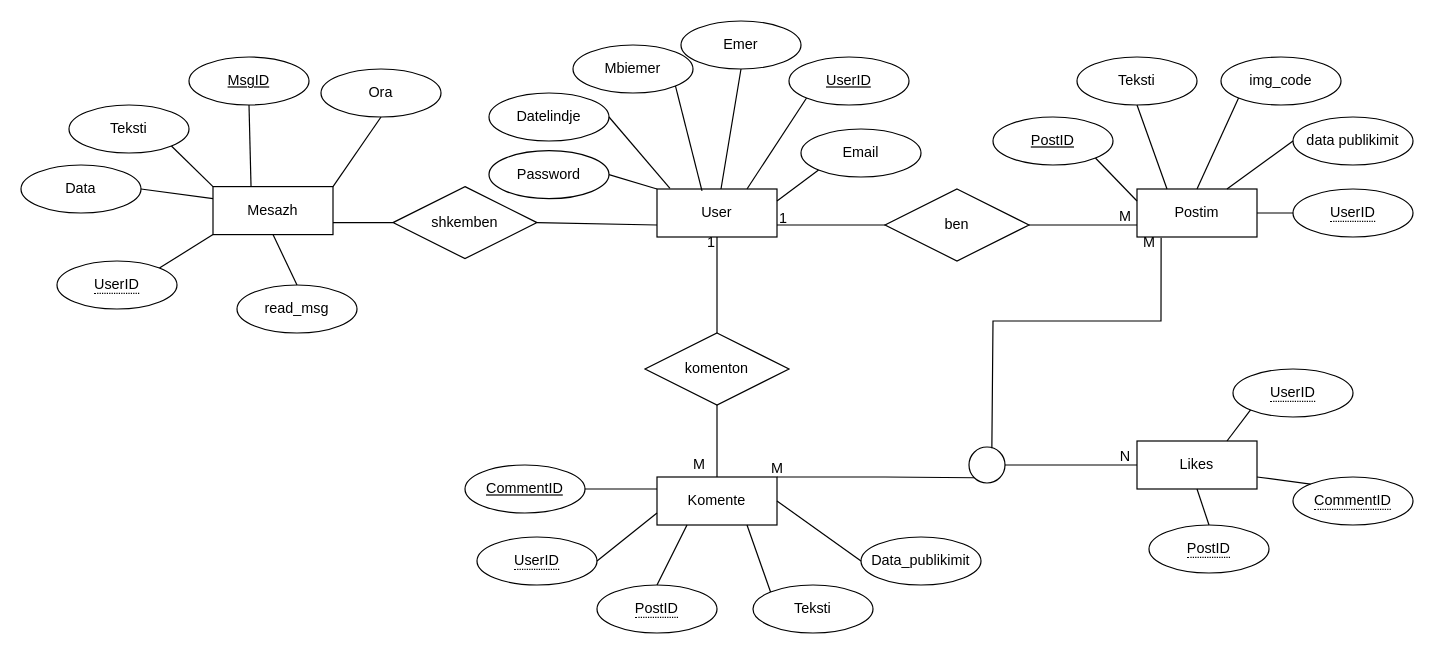
Above: Facebook ERD.drawio in AjnaNushi/drawio (draw.io), before the change. Source tidied: cells renumbered, new cells numbered last; positions are measured from the earlier drawing's top-left corner, leaving out a move shared by most shapes. Both pictures are drawn from the tidied source at 120%, with x=0, y=0 at pixel (20, 20).
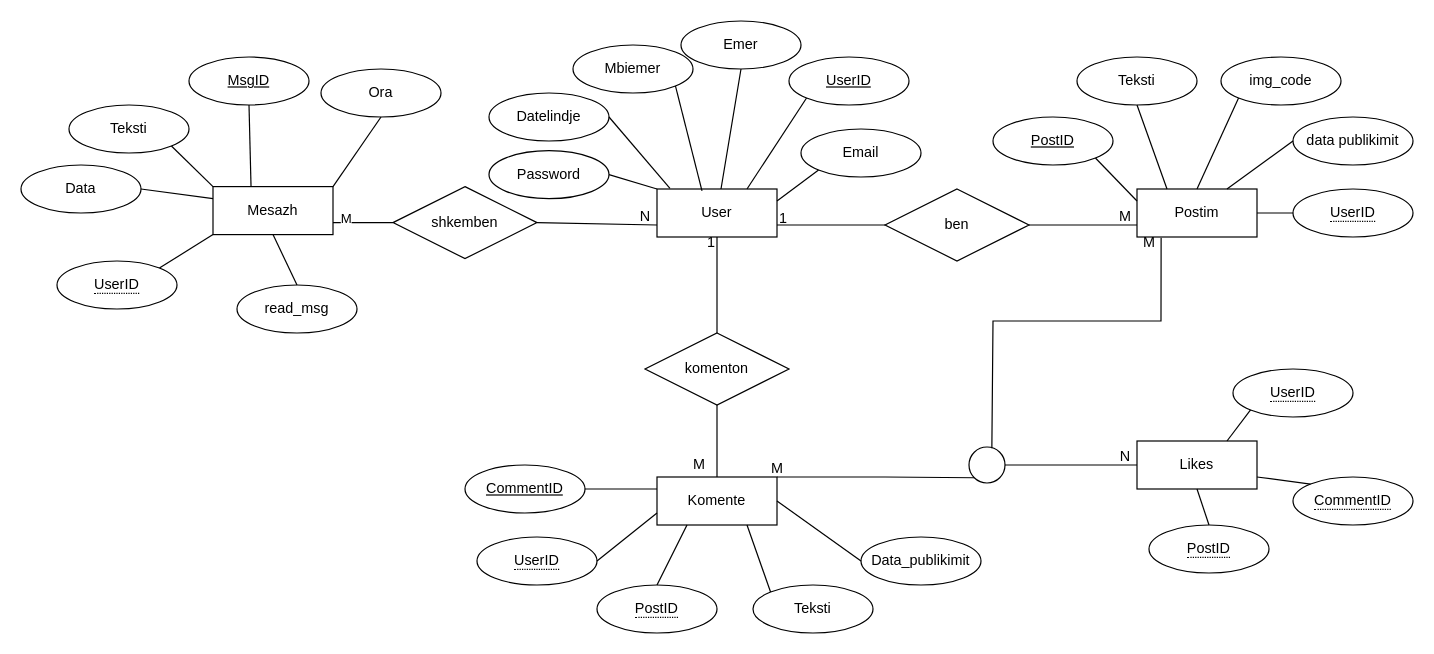
Above is the later version.

The change refers to these unchanged cells:
```xml
<mxCell id="70" style="endArrow=none;html=1;rounded=0;exitX=1;exitY=0.75;exitDx=0;exitDy=0;entryX=0;entryY=0.5;entryDx=0;entryDy=0;" parent="1" edge="1" source="17" target="68">
  <mxGeometry relative="1" as="geometry" />
</mxCell>
```

Change to the diagram source:
```diff
@@
+    <mxCell id="77" value="M" style="edgeLabel;html=1;align=center;verticalAlign=middle;" parent="70" vertex="1">
+      <mxGeometry x="-0.62" y="4" relative="1" as="geometry" />
+    </mxCell>
@@
+    <mxCell id="78" value="N" style="text;html=1;align=center;verticalAlign=middle;strokeColor=none;fillColor=none;" parent="1" vertex="1">
+      <mxGeometry x="505" y="148" width="30" height="30" as="geometry" />
+    </mxCell>
```
